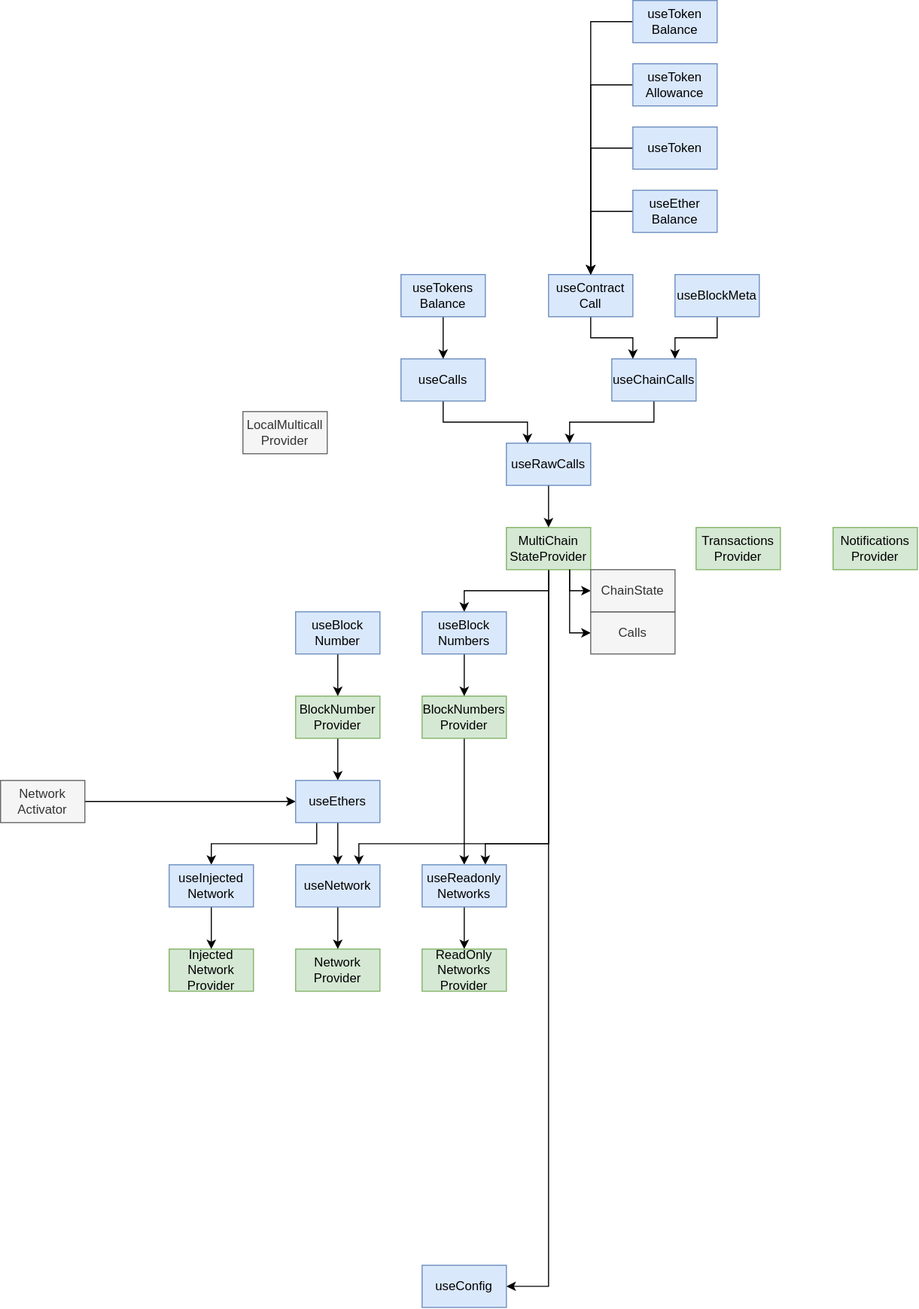
Earlier version of the draw.io export docs/internal/architecture.drawio.svg (TrueFiEng/useDApp). Source tidied: cells renumbered, new cells last; positions are measured from the earlier drawing's top-left corner, leaving out a move shared by most shapes.
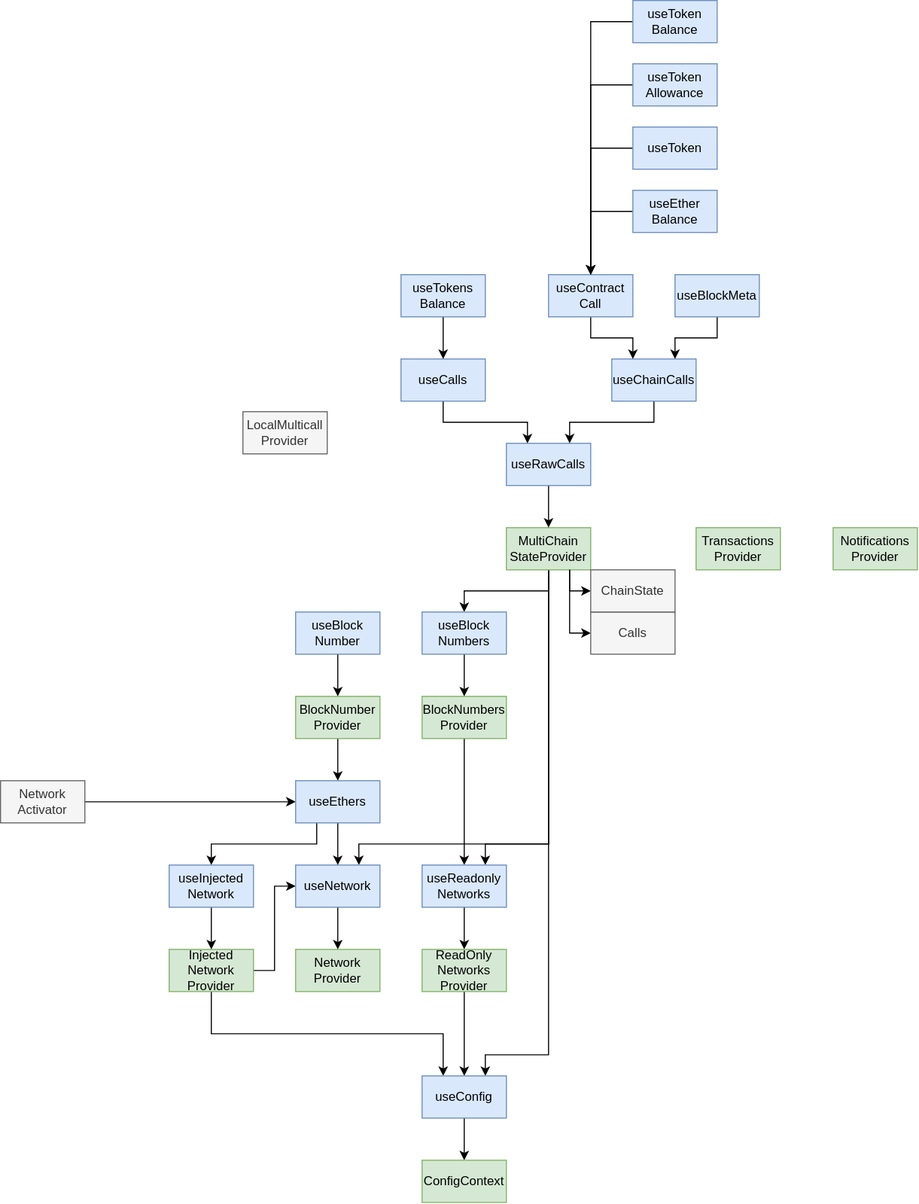
The same file after the commit.

Change to the diagram source:
```diff
@@ -2,8 +2,13 @@
   <root>
     <mxCell id="0" />
     <mxCell id="1" parent="0" />
-    <mxCell id="2" style="edgeStyle=orthogonalEdgeStyle;rounded=0;html=1;exitX=0.5;exitY=1;exitDx=0;exitDy=0;entryX=1;entryY=0.5;entryDx=0;entryDy=0;startArrow=none;startFill=0;endArrow=classic;endFill=1;" parent="1" edge="1" source="6" target="49">
-      <mxGeometry relative="1" as="geometry" />
+    <mxCell id="2" style="edgeStyle=orthogonalEdgeStyle;rounded=0;html=1;exitX=0.5;exitY=1;exitDx=0;exitDy=0;entryX=0.75;entryY=0;entryDx=0;entryDy=0;startArrow=none;startFill=0;endArrow=classic;endFill=1;" parent="1" edge="1" source="6" target="49">
+      <mxGeometry relative="1" as="geometry">
+        <Array as="points">
+          <mxPoint x="520" y="1000" />
+          <mxPoint x="460" y="1000" />
+        </Array>
+      </mxGeometry>
     </mxCell>
     <mxCell id="3" style="edgeStyle=orthogonalEdgeStyle;rounded=0;html=1;exitX=0.5;exitY=1;exitDx=0;exitDy=0;entryX=0.75;entryY=0;entryDx=0;entryDy=0;startArrow=none;startFill=0;endArrow=classic;endFill=1;" parent="1" edge="1" source="6" target="48">
       <mxGeometry relative="1" as="geometry">
@@ -99,6 +104,9 @@
     <mxCell id="30" value="useToken" style="rounded=0;whiteSpace=wrap;html=1;fillColor=#dae8fc;strokeColor=#6c8ebf;" parent="1" vertex="1">
       <mxGeometry x="600" y="120" width="80" height="40" as="geometry" />
     </mxCell>
+    <mxCell id="57" style="edgeStyle=orthogonalEdgeStyle;rounded=0;html=1;exitX=0.5;exitY=1;exitDx=0;exitDy=0;entryX=0.5;entryY=0;entryDx=0;entryDy=0;" parent="1" edge="1" source="31" target="49">
+      <mxGeometry relative="1" as="geometry" />
+    </mxCell>
     <mxCell id="31" value="ReadOnly&lt;br&gt;Networks&lt;br&gt;Provider" style="rounded=0;whiteSpace=wrap;html=1;fillColor=#d5e8d4;strokeColor=#82b366;" parent="1" vertex="1">
       <mxGeometry x="400" y="900" width="80" height="40" as="geometry" />
     </mxCell>
@@ -123,6 +131,12 @@
     <mxCell id="38" value="BlockNumber&lt;br&gt;Provider" style="rounded=0;whiteSpace=wrap;html=1;fillColor=#d5e8d4;strokeColor=#82b366;" parent="1" vertex="1">
       <mxGeometry x="280" y="660" width="80" height="40" as="geometry" />
     </mxCell>
+    <mxCell id="58" style="edgeStyle=orthogonalEdgeStyle;rounded=0;html=1;exitX=1;exitY=0.5;exitDx=0;exitDy=0;entryX=0;entryY=0.5;entryDx=0;entryDy=0;" parent="1" edge="1" source="39" target="44">
+      <mxGeometry relative="1" as="geometry" />
+    </mxCell>
+    <mxCell id="59" style="edgeStyle=orthogonalEdgeStyle;rounded=0;html=1;exitX=0.5;exitY=1;exitDx=0;exitDy=0;entryX=0.25;entryY=0;entryDx=0;entryDy=0;" parent="1" edge="1" source="39" target="49">
+      <mxGeometry relative="1" as="geometry" />
+    </mxCell>
     <mxCell id="39" value="Injected&lt;br&gt;Network&lt;br&gt;Provider" style="rounded=0;whiteSpace=wrap;html=1;fillColor=#d5e8d4;strokeColor=#82b366;" parent="1" vertex="1">
       <mxGeometry x="160" y="900" width="80" height="40" as="geometry" />
     </mxCell>
@@ -153,8 +167,11 @@
     <mxCell id="48" value="useReadonly&lt;br&gt;Networks" style="rounded=0;whiteSpace=wrap;html=1;fillColor=#dae8fc;strokeColor=#6c8ebf;" parent="1" vertex="1">
       <mxGeometry x="400" y="820" width="80" height="40" as="geometry" />
     </mxCell>
+    <mxCell id="60" style="edgeStyle=orthogonalEdgeStyle;rounded=0;html=1;exitX=0.5;exitY=1;exitDx=0;exitDy=0;entryX=0.5;entryY=0;entryDx=0;entryDy=0;" parent="1" edge="1" source="49" target="61">
+      <mxGeometry relative="1" as="geometry" />
+    </mxCell>
     <mxCell id="49" value="useConfig" style="rounded=0;whiteSpace=wrap;html=1;fillColor=#dae8fc;strokeColor=#6c8ebf;" parent="1" vertex="1">
-      <mxGeometry x="400" y="1200" width="80" height="40" as="geometry" />
+      <mxGeometry x="400" y="1020" width="80" height="40" as="geometry" />
     </mxCell>
     <mxCell id="50" style="edgeStyle=orthogonalEdgeStyle;html=1;rounded=0;exitX=0.25;exitY=1;exitDx=0;exitDy=0;" parent="1" edge="1" source="52" target="56">
       <mxGeometry relative="1" as="geometry" />
@@ -177,5 +194,8 @@
     <mxCell id="56" value="useInjected&lt;br&gt;Network" style="rounded=0;whiteSpace=wrap;html=1;fillColor=#dae8fc;strokeColor=#6c8ebf;" parent="1" vertex="1">
       <mxGeometry x="160" y="820" width="80" height="40" as="geometry" />
     </mxCell>
+    <mxCell id="61" value="ConfigContext" style="rounded=0;whiteSpace=wrap;html=1;fillColor=#d5e8d4;strokeColor=#82b366;" parent="1" vertex="1">
+      <mxGeometry x="400" y="1100" width="80" height="40" as="geometry" />
+    </mxCell>
   </root>
 </mxGraphModel>
```
